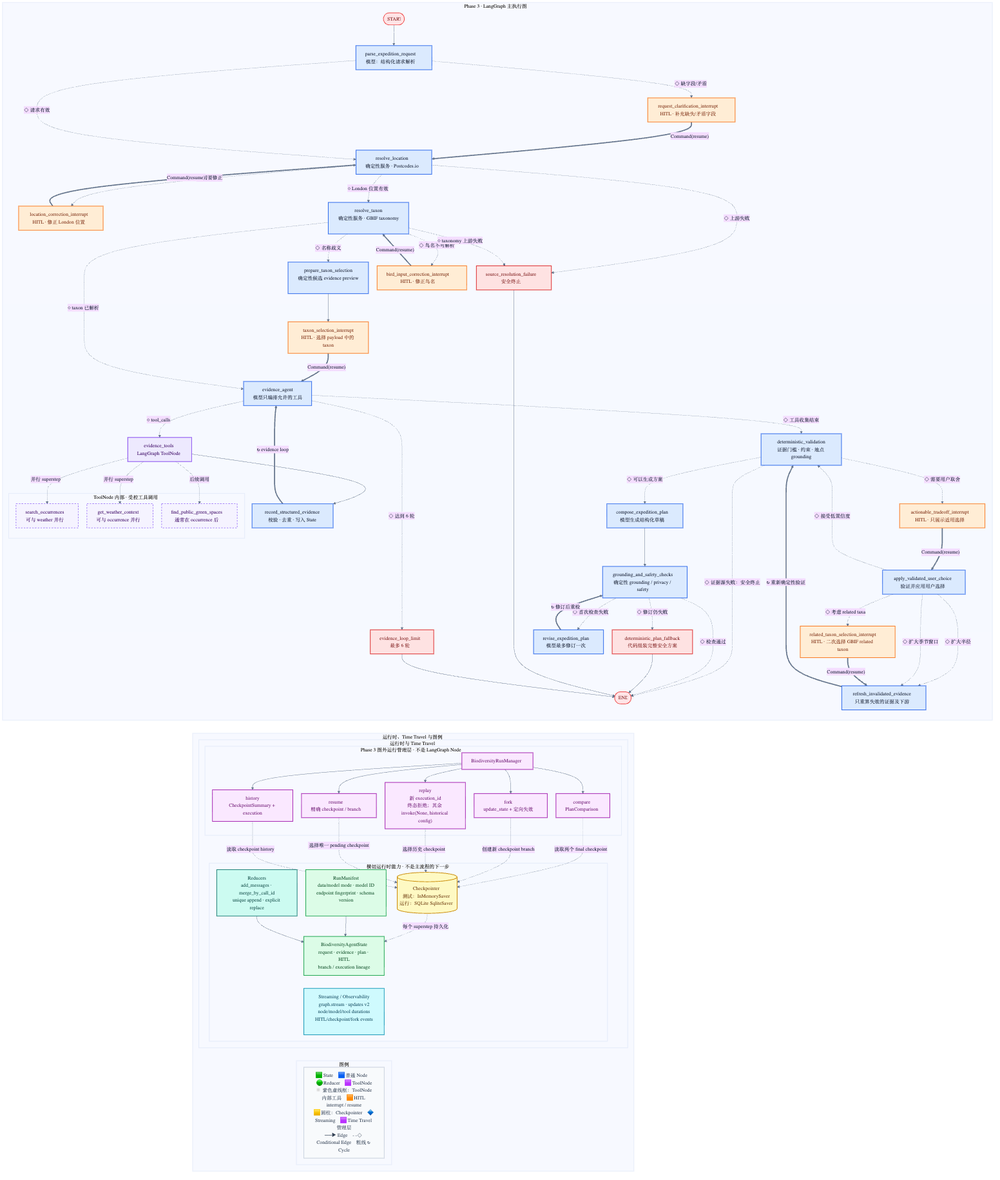
Above: docs/diagrams/phase-3-biodiversity-langgraph.png in ttteein-max/london-birding-agent (Mermaid), before the change. Its source is kept beside it as docs/diagrams/phase-3-biodiversity-langgraph.mmd. Its diagram source:
```mermaid
%%{init: {
  "theme": "base",
  "flowchart": {
    "curve": "basis",
    "nodeSpacing": 28,
    "rankSpacing": 42
  },
  "themeVariables": {
    "fontFamily": "Arial, sans-serif",
    "lineColor": "#64748b",
    "primaryTextColor": "#172033"
  }
}}%%

flowchart TB
    subgraph CORE["Phase 3 · LangGraph 主执行图"]
        direction TB

        START([START])

        PARSE["parse_expedition_request<br/>模型：结构化请求解析"]
        REQUEST_HITL["request_clarification_interrupt<br/>HITL · 补充缺失/矛盾字段"]

        LOCATION["resolve_location<br/>确定性服务 · Postcodes.io"]
        LOCATION_HITL["location_correction_interrupt<br/>HITL · 修正 London 位置"]

        TAXON["resolve_taxon<br/>确定性服务 · GBIF taxonomy"]
        PREVIEW["prepare_taxon_selection<br/>确定性候选 evidence preview"]
        TAXON_HITL["taxon_selection_interrupt<br/>HITL · 选择 payload 中的 taxon"]
        BIRD_HITL["bird_input_correction_interrupt<br/>HITL · 修正鸟名"]

        EVIDENCE["evidence_agent<br/>模型只编排允许的工具"]
        TOOLNODE["evidence_tools<br/>LangGraph ToolNode"]

        subgraph TOOL_INTERNAL["ToolNode 内部 · 受控工具调用"]
            direction LR
            OCC["search_occurrences<br/>可与 weather 并行"]
            WEATHER["get_weather_context<br/>可与 occurrence 并行"]
            SITES["find_public_green_spaces<br/>通常在 occurrence 后"]
        end

        RECORD["record_structured_evidence<br/>校验 · 去重 · 写入 State"]
        LOOP_LIMIT["evidence_loop_limit<br/>最多 6 轮"]
        SOURCE_FAILURE["source_resolution_failure<br/>安全终止"]

        VALIDATE["deterministic_validation<br/>证据门槛 · 约束 · 地点 grounding"]

        TRADEOFF_HITL["actionable_tradeoff_interrupt<br/>HITL · 只展示适用选择"]
        APPLY["apply_validated_user_choice<br/>验证并应用用户选择"]
        RELATED_HITL["related_taxon_selection_interrupt<br/>HITL · 二次选择 GBIF related taxon"]
        REFRESH["refresh_invalidated_evidence<br/>只重算失效的证据及下游"]

        COMPOSE["compose_expedition_plan<br/>模型生成结构化草稿"]
        SAFETY["grounding_and_safety_checks<br/>确定性 grounding / privacy / safety"]
        REVISE["revise_expedition_plan<br/>模型最多修订一次"]
        FALLBACK["deterministic_plan_fallback<br/>代码组装完整安全方案"]

        END_NODE([END])
    end

    subgraph SIDE["运行时、Time Travel 与图例"]
        direction TB

        subgraph OPERATIONS["运行时与 Time Travel"]
            direction LR

            subgraph RUNTIME["横切运行时能力 · 不是主流程的下一步"]
                direction TB
                STATE["BiodiversityAgentState<br/>request · evidence · plan · HITL<br/>branch / execution lineage"]
                MANIFEST["RunManifest<br/>data/model mode · model ID<br/>endpoint fingerprint · schema version"]
                REDUCER["Reducers<br/>add_messages · merge_by_call_id<br/>unique append · explicit replace"]
                CHECKPOINTER[("Checkpointer<br/>测试：InMemorySaver<br/>运行：SQLite SqliteSaver")]
                STREAM["Streaming / Observability<br/>graph.stream · updates v2<br/>node/model/tool durations<br/>HITL/checkpoint/fork events"]
            end

            subgraph CONTROL["Phase 3 图外运行管理层 · 不是 LangGraph Node"]
                direction TB
                MANAGER["BiodiversityRunManager"]
                RESUME_OP["resume<br/>精确 checkpoint / branch"]
                HISTORY["history<br/>CheckpointSummary + execution"]
                REPLAY["replay<br/>新 execution_id<br/>终态拒绝；其余 invoke(None, historical config)"]
                FORK["fork<br/>update_state + 定向失效"]
                COMPARE["compare<br/>PlanComparison"]
            end
        end

        subgraph LEGEND["图例"]
            LEGEND_BOX["🟩 State　🟦 普通 Node　🟢 Reducer　🟪 ToolNode<br/>▫️ 紫色虚线框：ToolNode 内部工具　🟧 HITL interrupt / resume<br/>🟨 圆柱：Checkpointer　🔷 Streaming　🟪 Time Travel 管理层<br/>──▶ Edge　- -◇ Conditional Edge　粗线 ↻ Cycle"]
        end
    end

    START --> PARSE

    PARSE -. "◇ 缺字段/矛盾" .-> REQUEST_HITL
    REQUEST_HITL == "Command(resume)" ==> LOCATION
    PARSE -. "◇ 请求有效" .-> LOCATION

    LOCATION -. "◇ 需要修正" .-> LOCATION_HITL
    LOCATION_HITL == "Command(resume)" ==> LOCATION
    LOCATION -. "◇ 上游失败" .-> SOURCE_FAILURE
    LOCATION -. "◇ London 位置有效" .-> TAXON

    TAXON -. "◇ 名称歧义" .-> PREVIEW
    PREVIEW --> TAXON_HITL
    TAXON_HITL == "Command(resume)" ==> EVIDENCE

    TAXON -. "◇ 鸟名不可解析" .-> BIRD_HITL
    BIRD_HITL == "Command(resume)" ==> TAXON
    TAXON -. "◇ taxonomy 上游失败" .-> SOURCE_FAILURE
    TAXON -. "◇ taxon 已解析" .-> EVIDENCE

    EVIDENCE -. "◇ tool_calls" .-> TOOLNODE
    TOOLNODE -. "并行 superstep" .-> OCC
    TOOLNODE -. "并行 superstep" .-> WEATHER
    TOOLNODE -. "后续调用" .-> SITES
    TOOLNODE --> RECORD
    RECORD == "↻ evidence loop" ==> EVIDENCE

    EVIDENCE -. "◇ 达到 6 轮" .-> LOOP_LIMIT
    EVIDENCE -. "◇ 工具收集结束" .-> VALIDATE

    VALIDATE -. "◇ 证据源失败：安全终止" .-> END_NODE
    VALIDATE -. "◇ 需要用户取舍" .-> TRADEOFF_HITL
    TRADEOFF_HITL == "Command(resume)" ==> APPLY

    APPLY -. "◇ 扩大半径" .-> REFRESH
    APPLY -. "◇ 扩大季节窗口" .-> REFRESH
    APPLY -. "◇ 考虑 related taxa" .-> RELATED_HITL
    RELATED_HITL == "Command(resume)" ==> REFRESH
    APPLY -. "◇ 接受低置信度" .-> VALIDATE
    REFRESH == "↻ 重新确定性验证" ==> VALIDATE

    VALIDATE -. "◇ 可以生成方案" .-> COMPOSE
    COMPOSE --> SAFETY

    SAFETY -. "◇ 检查通过" .-> END_NODE
    SAFETY -. "◇ 首次检查失败" .-> REVISE
    REVISE == "↻ 修订后重检" ==> SAFETY
    SAFETY -. "◇ 修订仍失败" .-> FALLBACK
    FALLBACK --> END_NODE

    SOURCE_FAILURE --> END_NODE
    LOOP_LIMIT --> END_NODE
    CORE ~~~ OPERATIONS

    REDUCER --> STATE
    MANIFEST --> STATE
    CHECKPOINTER -. "每个 superstep 持久化" .-> STATE
    STATE ~~~ STREAM
    STREAM ~~~ LEGEND_BOX

    MANAGER --> HISTORY
    MANAGER --> RESUME_OP
    MANAGER --> REPLAY
    MANAGER --> FORK
    MANAGER --> COMPARE

    HISTORY -. "读取 checkpoint history" .-> CHECKPOINTER
    RESUME_OP -. "选择唯一 pending checkpoint" .-> CHECKPOINTER
    REPLAY -. "选择历史 checkpoint" .-> CHECKPOINTER
    FORK -. "创建新 checkpoint branch" .-> CHECKPOINTER
    COMPARE -. "读取两个 final checkpoint" .-> CHECKPOINTER

    classDef startEnd fill:#ffe4e6,stroke:#ef4444,color:#7f1d1d,stroke-width:2px;
    classDef node fill:#dbeafe,stroke:#2563eb,color:#172033,stroke-width:2px;
    classDef hitl fill:#ffedd5,stroke:#f97316,color:#7c2d12,stroke-width:2px;
    classDef tool fill:#ede9fe,stroke:#7c3aed,color:#3b0764,stroke-width:2px;
    classDef toolfn fill:#f5f3ff,stroke:#8b5cf6,color:#3b0764,stroke-width:1.5px,stroke-dasharray:5 4;
    classDef state fill:#dcfce7,stroke:#16a34a,color:#14532d,stroke-width:2px;
    classDef reducer fill:#ccfbf1,stroke:#0f766e,color:#134e4a,stroke-width:2px;
    classDef checkpoint fill:#fef9c3,stroke:#ca8a04,color:#713f12,stroke-width:2px;
    classDef streaming fill:#cffafe,stroke:#0891b2,color:#164e63,stroke-width:2px;
    classDef control fill:#fae8ff,stroke:#a21caf,color:#701a75,stroke-width:2px;
    classDef terminal fill:#fee2e2,stroke:#dc2626,color:#7f1d1d,stroke-width:2px;
    classDef legend fill:#f8fafc,stroke:#94a3b8,color:#334155,stroke-width:1px;

    class START,END_NODE startEnd;
    class PARSE,LOCATION,TAXON,PREVIEW,EVIDENCE,RECORD,VALIDATE,APPLY,REFRESH,COMPOSE,SAFETY,REVISE node;
    class REQUEST_HITL,LOCATION_HITL,TAXON_HITL,BIRD_HITL,TRADEOFF_HITL,RELATED_HITL hitl;
    class TOOLNODE tool;
    class OCC,WEATHER,SITES toolfn;
    class STATE,MANIFEST state;
    class REDUCER reducer;
    class CHECKPOINTER checkpoint;
    class STREAM streaming;
    class MANAGER,RESUME_OP,HISTORY,REPLAY,FORK,COMPARE control;
    class SOURCE_FAILURE,LOOP_LIMIT,FALLBACK terminal;

    class LEGEND_BOX legend;
```
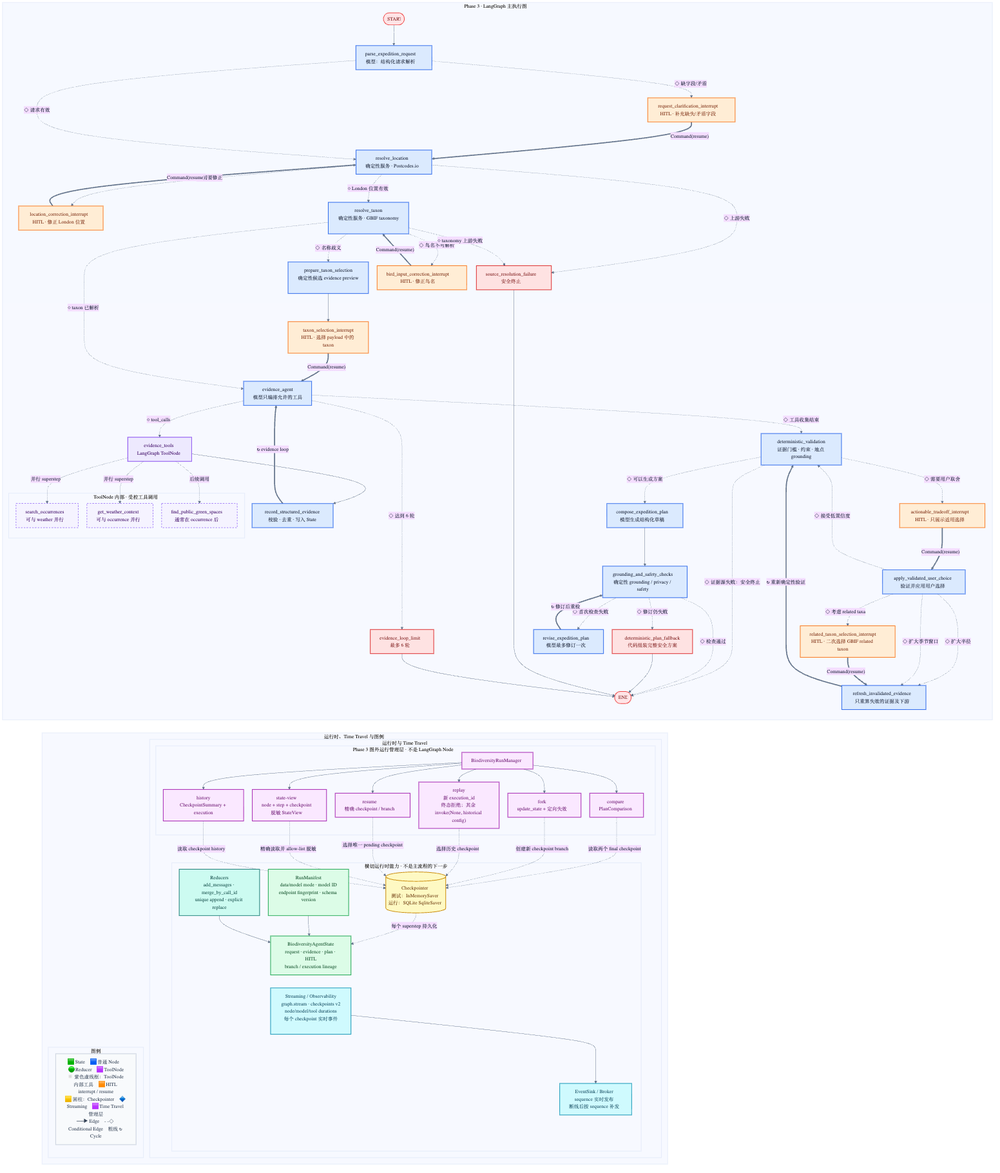
After the change.

The edit, as a diff of the source:
```diff
@@ -70,7 +70,8 @@
                 MANIFEST["RunManifest<br/>data/model mode · model ID<br/>endpoint fingerprint · schema version"]
                 REDUCER["Reducers<br/>add_messages · merge_by_call_id<br/>unique append · explicit replace"]
                 CHECKPOINTER[("Checkpointer<br/>测试：InMemorySaver<br/>运行：SQLite SqliteSaver")]
-                STREAM["Streaming / Observability<br/>graph.stream · updates v2<br/>node/model/tool durations<br/>HITL/checkpoint/fork events"]
+                STREAM["Streaming / Observability<br/>graph.stream · checkpoints v2<br/>node/model/tool durations<br/>每个 checkpoint 实时事件"]
+                BROKER["EventSink / Broker<br/>sequence 实时发布<br/>断线后按 sequence 补发"]
             end
 
             subgraph CONTROL["Phase 3 图外运行管理层 · 不是 LangGraph Node"]
@@ -78,6 +79,7 @@
                 MANAGER["BiodiversityRunManager"]
                 RESUME_OP["resume<br/>精确 checkpoint / branch"]
                 HISTORY["history<br/>CheckpointSummary + execution"]
+                STATE_VIEW["state-view<br/>node + step + checkpoint<br/>脱敏 StateView"]
                 REPLAY["replay<br/>新 execution_id<br/>终态拒绝；其余 invoke(None, historical config)"]
                 FORK["fork<br/>update_state + 定向失效"]
                 COMPARE["compare<br/>PlanComparison"]
@@ -147,15 +149,18 @@
     MANIFEST --> STATE
     CHECKPOINTER -. "每个 superstep 持久化" .-> STATE
     STATE ~~~ STREAM
+    STREAM --> BROKER
     STREAM ~~~ LEGEND_BOX
 
     MANAGER --> HISTORY
+    MANAGER --> STATE_VIEW
     MANAGER --> RESUME_OP
     MANAGER --> REPLAY
     MANAGER --> FORK
     MANAGER --> COMPARE
 
     HISTORY -. "读取 checkpoint history" .-> CHECKPOINTER
+    STATE_VIEW -. "精确读取并 allow-list 脱敏" .-> CHECKPOINTER
     RESUME_OP -. "选择唯一 pending checkpoint" .-> CHECKPOINTER
     REPLAY -. "选择历史 checkpoint" .-> CHECKPOINTER
     FORK -. "创建新 checkpoint branch" .-> CHECKPOINTER
@@ -182,8 +187,8 @@
     class STATE,MANIFEST state;
     class REDUCER reducer;
     class CHECKPOINTER checkpoint;
-    class STREAM streaming;
-    class MANAGER,RESUME_OP,HISTORY,REPLAY,FORK,COMPARE control;
+    class STREAM,BROKER streaming;
+    class MANAGER,RESUME_OP,HISTORY,STATE_VIEW,REPLAY,FORK,COMPARE control;
     class SOURCE_FAILURE,LOOP_LIMIT,FALLBACK terminal;
 
     class LEGEND_BOX legend;
```
